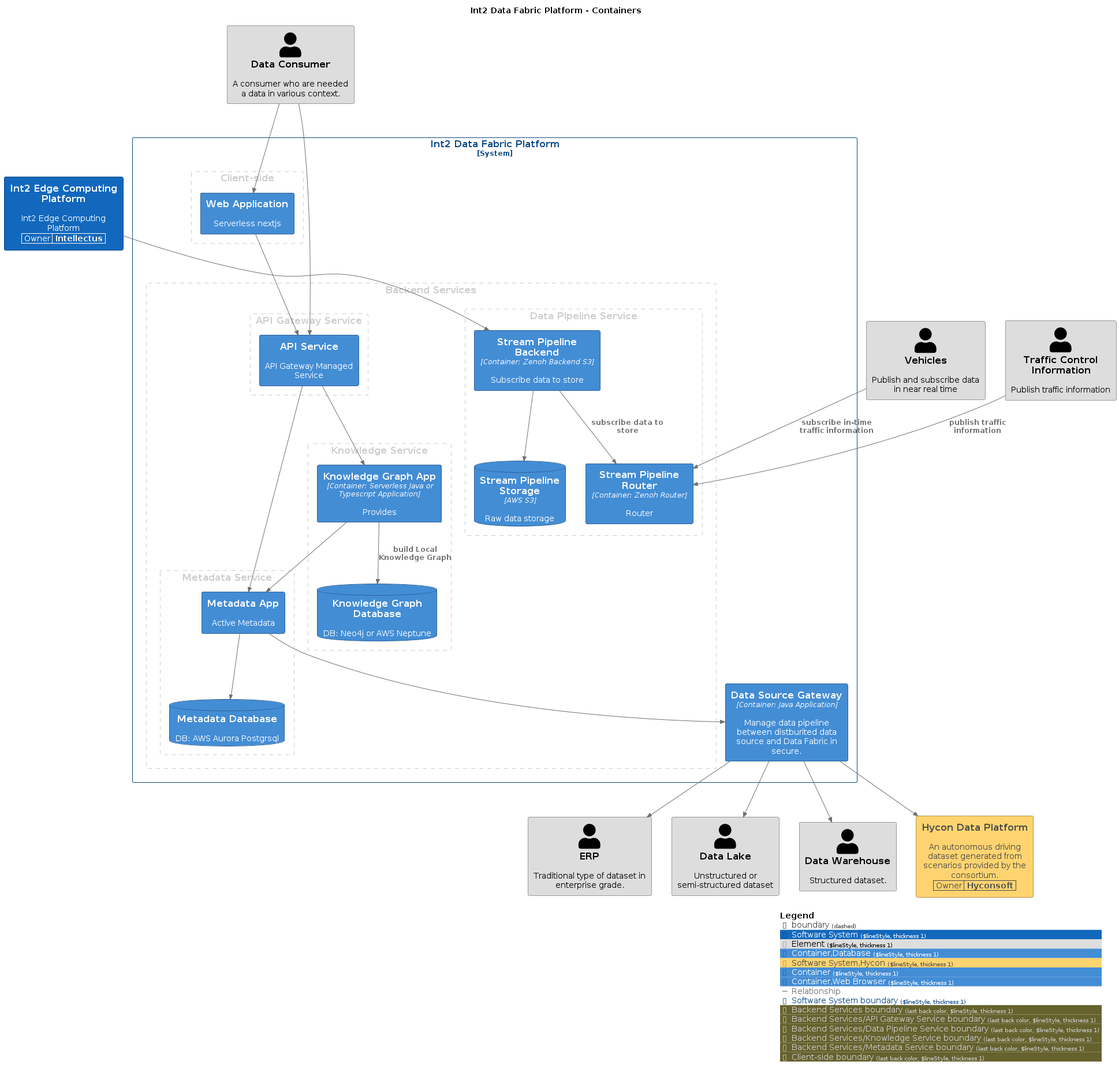
Above: master/png/Containers.png in IntellectusCorp/edge-solution-docs (PlantUML), before the change.
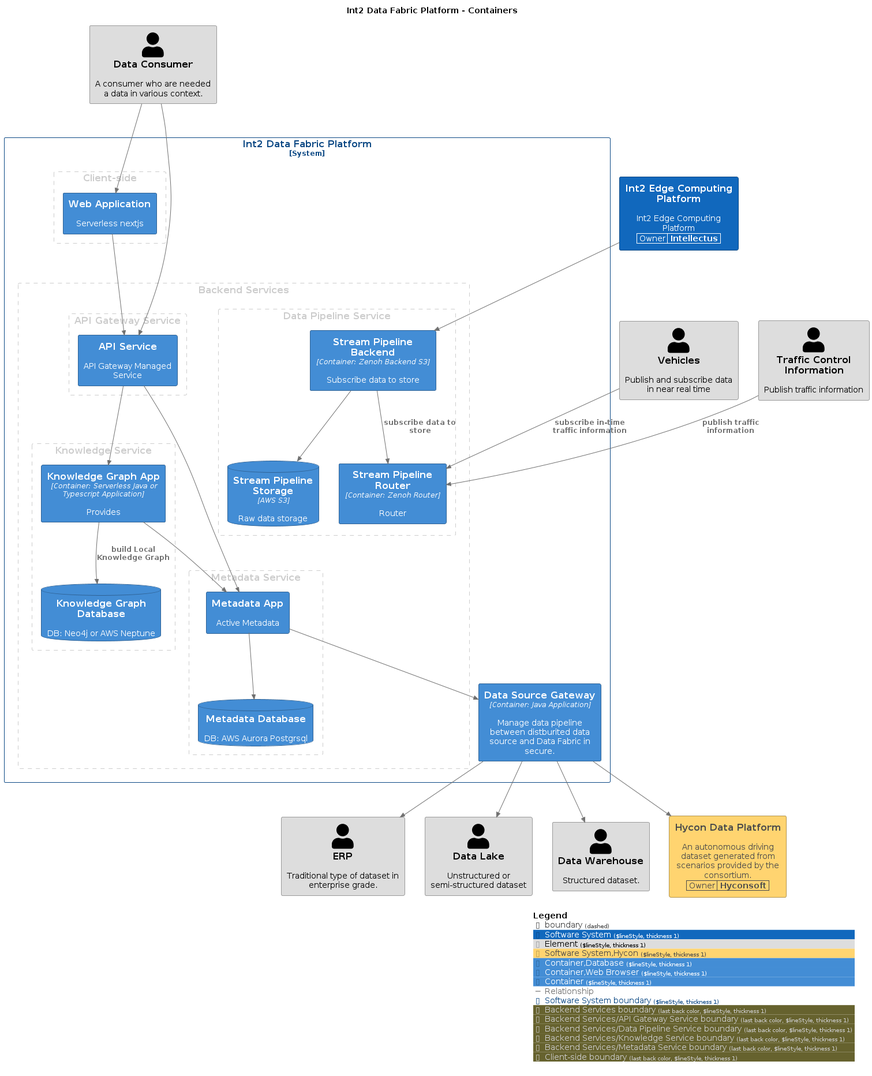
After the change.

The edit, as a diff of the source:
```diff
@@ -10,18 +10,15 @@
 
 AddElementTag("Software System", $bgColor="#1168bd", $borderColor="#0b4884", $fontColor="#ffffff", $sprite="", $shadowing="", $borderStyle="Solid", $borderThickness="1")
 AddElementTag("Element", $bgColor="#dddddd", $borderColor="#9a9a9a", $fontColor="#000000", $sprite="", $shadowing="", $borderStyle="Solid", $borderThickness="1")
+AddElementTag("Software System,Hycon", $bgColor="#ffd470", $borderColor="#b2944e", $fontColor="#4a4a4a", $sprite="", $shadowing="", $borderStyle="Solid", $borderThickness="1")
 AddElementTag("Container,Database", $bgColor="#438dd5", $borderColor="#2e6295", $fontColor="#ffffff", $sprite="", $shadowing="", $borderStyle="Solid", $borderThickness="1")
-AddElementTag("Software System,Hycon", $bgColor="#ffd470", $borderColor="#b2944e", $fontColor="#4a4a4a", $sprite="", $shadowing="", $borderStyle="Solid", $borderThickness="1")
+AddElementTag("Container,Web Browser", $bgColor="#438dd5", $borderColor="#2e6295", $fontColor="#ffffff", $sprite="", $shadowing="", $borderStyle="Solid", $borderThickness="1")
 AddElementTag("Container", $bgColor="#438dd5", $borderColor="#2e6295", $fontColor="#ffffff", $sprite="", $shadowing="", $borderStyle="Solid", $borderThickness="1")
-AddElementTag("Container,Web Browser", $bgColor="#438dd5", $borderColor="#2e6295", $fontColor="#ffffff", $sprite="", $shadowing="", $borderStyle="Solid", $borderThickness="1")
 
 AddRelTag("Relationship", $textColor="#707070", $lineColor="#707070", $lineStyle = "")
 
 AddBoundaryTag("Software System", $bgColor="#ffffff", $borderColor="#0b4884", $fontColor="#0b4884", $shadowing="", $borderStyle="Solid", $borderThickness="1")
 
-WithoutPropertyHeader()
-AddProperty("Owner","Intellectus")
-System(Int2EdgeComputingPlatform, "Int2 Edge Computing Platform", $descr="Int2 Edge Computing Platform", $tags="Software System", $link="")
 Person(DataConsumer, "Data Consumer", $descr="A consumer who are needed a data in various context.", $tags="Element", $link="")
 Person(ERP, "ERP", $descr="Traditional type of dataset in enterprise grade.", $tags="Element", $link="")
 Person(DataLake, "Data Lake", $descr="Unstructured or semi-structured dataset", $tags="Element", $link="")
@@ -31,6 +28,9 @@
 WithoutPropertyHeader()
 AddProperty("Owner","Hyconsoft")
 System(HyconDataPlatform, "Hycon Data Platform", $descr="An autonomous driving dataset generated from scenarios provided by the consortium.", $tags="Software System,Hycon", $link="")
+WithoutPropertyHeader()
+AddProperty("Owner","Intellectus")
+System(Int2EdgeComputingPlatform, "Int2 Edge Computing Platform", $descr="Int2 Edge Computing Platform", $tags="Software System", $link="")
 
 System_Boundary("Int2DataFabricPlatform_boundary", "Int2 Data Fabric Platform", $tags="Software System") {
   AddBoundaryTag("Backend Services", $borderColor="#cccccc", $fontColor="#cccccc", $borderStyle="Dashed", $borderThickness="1")
```
